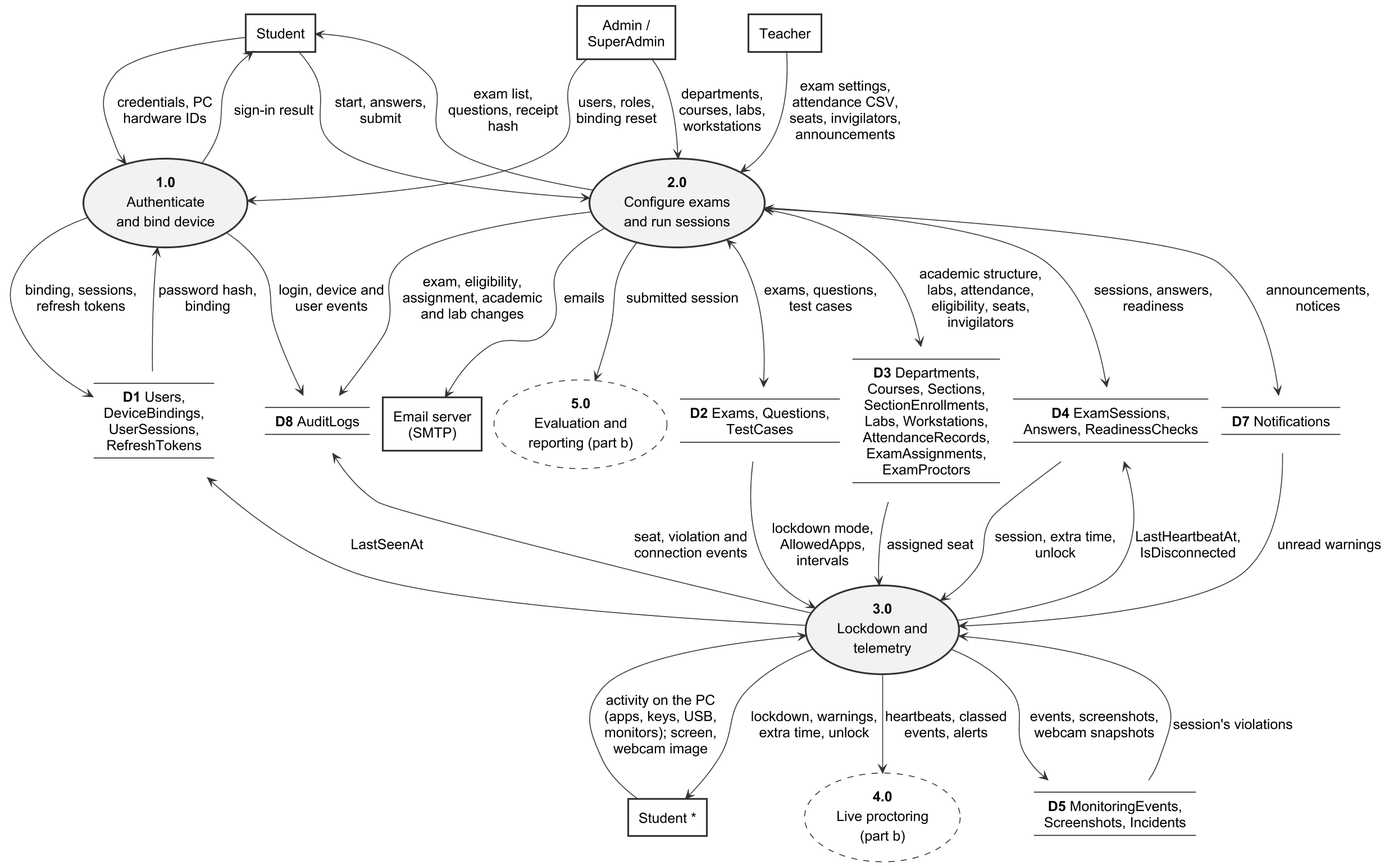
This is important docs/fyp_doc_3chatp/Figures/dfd_level_1.png from Haiderali27-hub/AI-Lab-Monitoring-, a PlantUML export, as it was before one commit. Its source is kept beside it as important docs/fyp_doc_3chatp/Figures/src/dfd_level_1.puml.
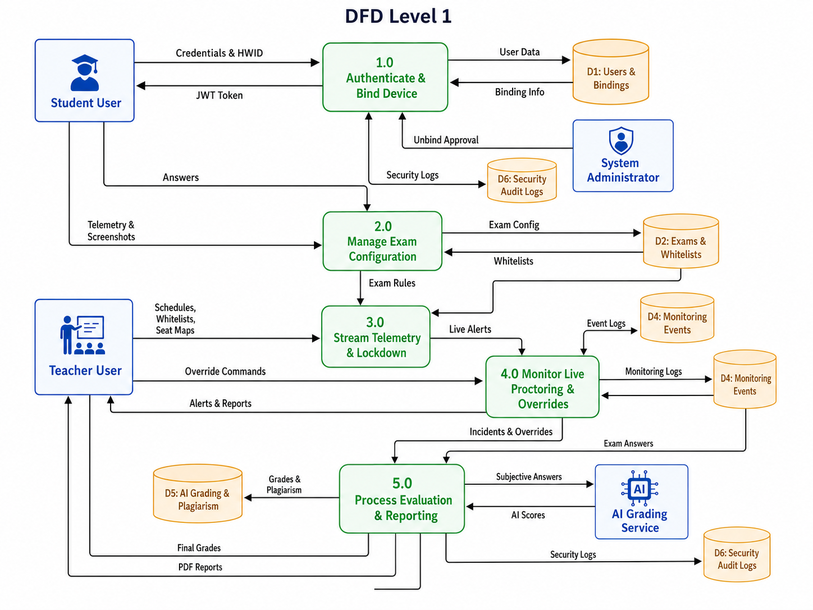
Later version of the same file.

Diff of the diagram source:
```diff
@@ -2,8 +2,8 @@
 !include style.iuml
 skinparam defaultFontSize 16
 skinparam ArrowFontSize 16
-skinparam nodesep 14
-skinparam ranksep 34
+skinparam nodesep 16
+skinparam ranksep 40
 skinparam defaultTextAlignment center
 skinparam rectangle<<entity>> {
   BorderThickness 2
@@ -24,11 +24,12 @@
   FontSize 16
 }
 hide stereotype
+top to bottom direction
 
+rectangle "Admin /\nSuperAdmin" <<entity>> as ADM
 rectangle "Student" <<entity>> as STU
-rectangle "Admin /\nSuperAdmin" <<entity>> as ADM
 rectangle "Teacher" <<entity>> as TEA
-rectangle "Email server\n(SMTP)" <<entity>> as SMTP
+rectangle "Email server" <<entity>> as SMTP
 rectangle "Student *" <<entity>> as STU2
 
 usecase "**1.0**\nAuthenticate\nand bind device" as P1
@@ -39,39 +40,30 @@
 
 label D1 [
 ----
-**D1** Users,
-DeviceBindings,
-UserSessions,
-RefreshTokens
+**D1** Identity
 ----
 ]
 label D2 [
 ----
-**D2** Exams, Questions,
-TestCases
+**D2** Exams
 ----
 ]
 label D3 [
 ----
-**D3** Departments,
-Courses, Sections,
-SectionEnrollments,
-Labs, Workstations,
-AttendanceRecords,
-ExamAssignments,
-ExamProctors
+**D3** Academic and
+lab data
 ----
 ]
 label D4 [
 ----
-**D4** ExamSessions,
-Answers, ReadinessChecks
+**D4** Sessions and
+answers
 ----
 ]
 label D5 [
 ----
-**D5** MonitoringEvents,
-Screenshots, Incidents
+**D5** Monitoring
+evidence
 ----
 ]
 label D7 [
@@ -81,40 +73,40 @@
 ]
 label D8 [
 ----
-**D8** AuditLogs
+**D8** Audit log
 ----
 ]
 
-ADM --> P1 : users, roles,\nbinding reset
-STU --> P1 : credentials, PC\nhardware IDs
-STU <-- P1 : sign-in result
-ADM --> P2 : departments,\ncourses, labs,\nworkstations
-STU --> P2 : start, answers,\nsubmit
-STU <-- P2 : exam list,\nquestions, receipt\nhash
-TEA --> P2 : exam settings,\nattendance CSV,\nseats, invigilators,\nannouncements
+ADM --> P1 : users, roles
+STU --> P1 : credentials,\ndevice IDs
+P1 --> STU : sign-in result
+ADM --> P2 : courses, labs
+STU --> P2 : answers,\nsubmit
+P2 --> STU : questions,\nreceipt
+TEA --> P2 : exam set-up,\nseats, attendance
+P2 -left-> P5 : submitted\nsession
+P2 -right-> SMTP : emails
 
-P1 --> D1 : binding, sessions,\nrefresh tokens
-P1 <-- D1 : password hash,\nbinding
-P1 --> D8 : login, device and\nuser events
+P1 --> D1 : sessions,\nbinding
+P1 <-- D1 : password\nhash, binding
+P1 --> D8 : login events
 
-P2 <--> D2 : exams, questions,\ntest cases
-P2 <--> D3 : academic structure,\nlabs, attendance,\neligibility, seats,\ninvigilators
-P2 <--> D4 : sessions, answers,\nreadiness
-P2 --> D7 : announcements,\nnotices
-P2 --> D8 : exam, eligibility,\nassignment, academic\nand lab changes
-P2 --> SMTP : emails
-P2 --> P5 : submitted session
+P2 <--> D2 : exams
+P2 <--> D3 : seats,\nattendance
+P2 <--> D4 : sessions,\nanswers
+P2 --> D7 : notices
+P2 --> D8 : changes
 
-D2 --> P3 : lockdown mode,\nAllowedApps,\nintervals
-D3 --> P3 : assigned seat
-D4 --> P3 : session, extra time,\nunlock
-D4 <-- P3 : LastHeartbeatAt,\nIsDisconnected
-D7 --> P3 : unread warnings
-D1 <-- P3 : LastSeenAt
-D8 <-- P3 : seat, violation and\nconnection events
-P3 <-- STU2 : activity on the PC\n(apps, keys, USB,\nmonitors); screen,\nwebcam image
-P3 --> STU2 : lockdown, warnings,\nextra time, unlock
-P3 --> D5 : events, screenshots,\nwebcam snapshots
-P3 <-- D5 : session's violations
-P3 --> P4 : heartbeats, classed\nevents, alerts
+D2 --> P3 : lockdown\nsettings
+D3 --> P3 : assigned\nseat
+D4 --> P3 : extra time,\nunlock
+D4 <-- P3 : heartbeat\nstatus
+D7 --> P3 : warnings
+D1 <-- P3 : last seen
+D8 <-- P3 : monitoring\nevents
+P3 --> D5 : events,\ncaptures
+P3 <-- D5 : violations
+P3 <-- STU2 : PC activity,\nscreen, webcam
+P3 --> STU2 : lockdown,\nwarnings
+P3 --> P4 : live\nupdates
 @enduml
```
